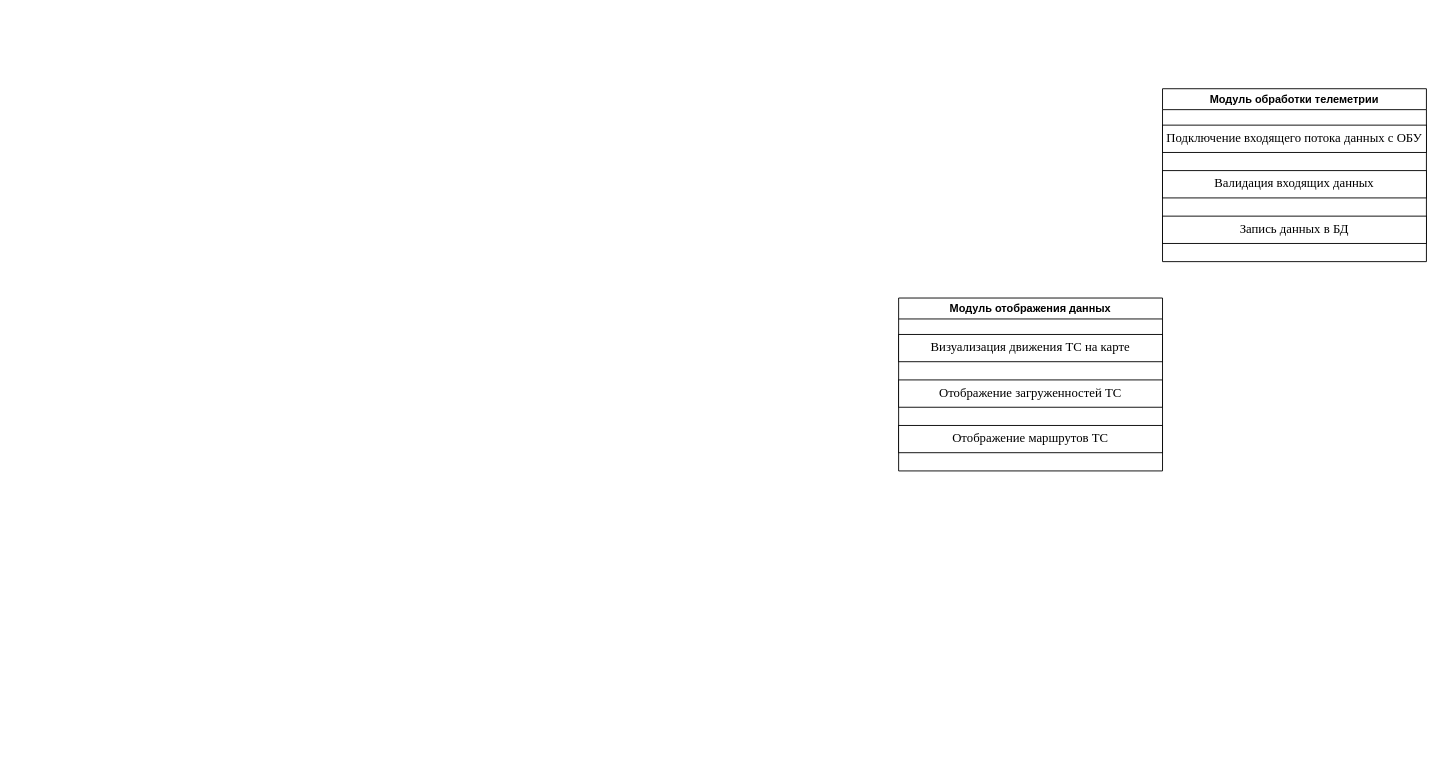
The draw.io diagram ПИС1.drawio in Andeco1/DrawIo, before the edit. Source tidied: cells renumbered, new cells numbered last; positions are measured from the earlier drawing's top-left corner, leaving out a move shared by most shapes. Both pictures are drawn from the tidied source at 91%, with x=0, y=0 at pixel (898, 88).
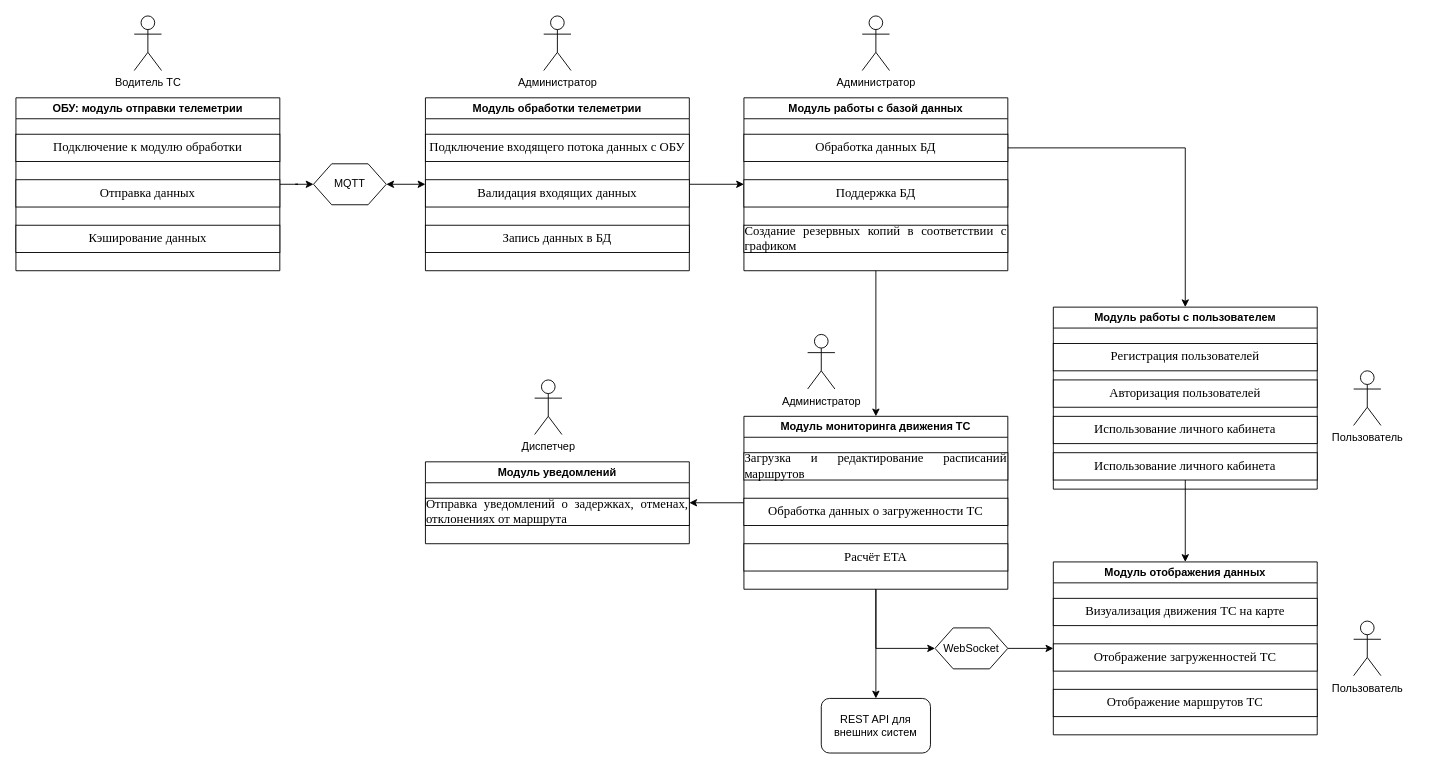
The same diagram, later.

What changed in the source:
```diff
@@
     <mxCell id="2" value="Модуль отображения данных" style="swimlane;whiteSpace=wrap;html=1;" parent="1" vertex="1">
-      <mxGeometry y="230" width="290" height="190" as="geometry" />
+      <mxGeometry x="170" y="520" width="290" height="190" as="geometry" />
     </mxCell>
@@
+    <mxCell id="10" style="edgeStyle=orthogonalEdgeStyle;rounded=0;jettySize=auto;html=1;entryX=0;entryY=0.5;entryDx=0;entryDy=0;" parent="1" edge="1" source="6" target="19">
+      <mxGeometry relative="1" as="geometry" />
+    </mxCell>
+    <mxCell id="11" style="edgeStyle=orthogonalEdgeStyle;rounded=0;jettySize=auto;html=1;entryX=1;entryY=0.5;entryDx=0;entryDy=0;startArrow=classic;startFill=1;" parent="1" edge="1" source="6" target="37">
+      <mxGeometry relative="1" as="geometry" />
+    </mxCell>
     <mxCell id="6" value="Модуль обработки телеметрии" style="swimlane;whiteSpace=wrap;html=1;" parent="1" vertex="1">
-      <mxGeometry x="290" width="290" height="190" as="geometry" />
+      <mxGeometry x="-520" y="10" width="290" height="190" as="geometry" />
     </mxCell>
@@
+    <mxCell id="12" style="edgeStyle=orthogonalEdgeStyle;rounded=0;jettySize=auto;html=1;entryX=1;entryY=0.5;entryDx=0;entryDy=0;" parent="1" edge="1" source="15" target="23">
+      <mxGeometry relative="1" as="geometry" />
+    </mxCell>
+    <mxCell id="13" style="edgeStyle=orthogonalEdgeStyle;rounded=0;jettySize=auto;html=1;entryX=0.5;entryY=0;entryDx=0;entryDy=0;" parent="1" edge="1" source="15" target="25">
+      <mxGeometry relative="1" as="geometry" />
+    </mxCell>
+    <mxCell id="14" style="edgeStyle=orthogonalEdgeStyle;rounded=0;jettySize=auto;html=1;exitX=0.5;exitY=1;exitDx=0;exitDy=0;entryX=0;entryY=0.5;entryDx=0;entryDy=0;" parent="1" edge="1" source="15" target="48">
+      <mxGeometry relative="1" as="geometry" />
+    </mxCell>
+    <mxCell id="15" value="Модуль мониторинга движения ТС" style="swimlane;whiteSpace=wrap;html=1;" parent="1" vertex="1">
+      <mxGeometry x="-170" y="360" width="290" height="190" as="geometry" />
+    </mxCell>
+    <mxCell id="16" value="&lt;p class=&quot;MsoNormal&quot; style=&quot;margin: 0pt 0pt 0.0001pt; text-align: justify; font-family: &amp;quot;Times New Roman&amp;quot;; font-size: 10.5pt;&quot;&gt;Загрузка и редактирование расписаний маршрутов&lt;/p&gt;" style="rounded=0;whiteSpace=wrap;html=1;" parent="15" vertex="1">
+      <mxGeometry y="40" width="290" height="30" as="geometry" />
+    </mxCell>
+    <mxCell id="17" value="&lt;p class=&quot;MsoNormal&quot; style=&quot;margin: 0pt 0pt 0.0001pt; text-align: justify; font-family: &amp;quot;Times New Roman&amp;quot;; font-size: 10.5pt;&quot;&gt;&lt;span style=&quot;font-size: 10.5pt;&quot;&gt;Обработка данных о загруженности ТС&lt;/span&gt;&lt;/p&gt;" style="rounded=0;whiteSpace=wrap;html=1;" parent="15" vertex="1">
+      <mxGeometry y="90" width="290" height="30" as="geometry" />
+    </mxCell>
+    <mxCell id="18" value="&lt;p class=&quot;MsoNormal&quot; style=&quot;margin: 0pt 0pt 0.0001pt; text-align: justify; font-family: &amp;quot;Times New Roman&amp;quot;; font-size: 10.5pt;&quot;&gt;&lt;span style=&quot;font-size: 10.5pt;&quot;&gt;Расчёт E&lt;/span&gt;&lt;span style=&quot;font-size: 10.5pt;&quot;&gt;TA&lt;/span&gt;&lt;/p&gt;" style="rounded=0;whiteSpace=wrap;html=1;" parent="15" vertex="1">
+      <mxGeometry y="140" width="290" height="30" as="geometry" />
+    </mxCell>
+    <mxCell id="19" value="Модуль работы с базой данных" style="swimlane;whiteSpace=wrap;html=1;" parent="1" vertex="1">
+      <mxGeometry x="-170" y="10" width="290" height="190" as="geometry" />
+    </mxCell>
+    <mxCell id="20" value="&lt;p class=&quot;MsoNormal&quot; style=&quot;margin: 0pt 0pt 0.0001pt; text-align: justify; font-family: &amp;quot;Times New Roman&amp;quot;; font-size: 10.5pt;&quot;&gt;&lt;span style=&quot;font-size: 10.5pt;&quot;&gt;Обработка данных БД&lt;/span&gt;&lt;/p&gt;" style="rounded=0;whiteSpace=wrap;html=1;" parent="19" vertex="1">
+      <mxGeometry y="40" width="290" height="30" as="geometry" />
+    </mxCell>
+    <mxCell id="21" value="&lt;p class=&quot;MsoNormal&quot; style=&quot;margin: 0pt 0pt 0.0001pt; text-align: justify; font-family: &amp;quot;Times New Roman&amp;quot;; font-size: 10.5pt;&quot;&gt;&lt;span style=&quot;font-size: 10.5pt;&quot;&gt;Поддержка БД&lt;/span&gt;&lt;/p&gt;" style="rounded=0;whiteSpace=wrap;html=1;" parent="19" vertex="1">
+      <mxGeometry y="90" width="290" height="30" as="geometry" />
+    </mxCell>
+    <mxCell id="22" value="&lt;p class=&quot;MsoNormal&quot; style=&quot;margin: 0pt 0pt 0.0001pt; text-align: justify; font-family: &amp;quot;Times New Roman&amp;quot;; font-size: 10.5pt;&quot;&gt;&lt;span style=&quot;font-size: 10.5pt;&quot;&gt;Создание резервных копий в соответствии с графиком&lt;/span&gt;&lt;/p&gt;" style="rounded=0;whiteSpace=wrap;html=1;" parent="19" vertex="1">
+      <mxGeometry y="140" width="290" height="30" as="geometry" />
+    </mxCell>
+    <mxCell id="23" value="Модуль уведомлений" style="swimlane;whiteSpace=wrap;html=1;" parent="1" vertex="1">
+      <mxGeometry x="-520" y="410" width="290" height="90" as="geometry" />
+    </mxCell>
+    <mxCell id="24" value="&lt;p class=&quot;MsoNormal&quot; style=&quot;margin: 0pt 0pt 0.0001pt; text-align: justify; font-family: &amp;quot;Times New Roman&amp;quot;; font-size: 10.5pt;&quot;&gt;&lt;span style=&quot;font-size: 10.5pt;&quot;&gt;Отправка уведомлений о задержках, отменах, отклонениях от маршрута&lt;/span&gt;&lt;/p&gt;" style="rounded=0;whiteSpace=wrap;html=1;" parent="23" vertex="1">
+      <mxGeometry y="40" width="290" height="30" as="geometry" />
+    </mxCell>
+    <mxCell id="25" value="REST API для внешних систем" style="rounded=1;whiteSpace=wrap;html=1;" parent="1" vertex="1">
+      <mxGeometry x="-85" y="670" width="120" height="60" as="geometry" />
+    </mxCell>
+    <mxCell id="26" value="Диспетчер" style="shape=umlActor;verticalLabelPosition=bottom;verticalAlign=top;html=1;" parent="1" vertex="1">
+      <mxGeometry x="-400" y="320" width="30" height="60" as="geometry" />
+    </mxCell>
+    <mxCell id="27" value="Администратор" style="shape=umlActor;verticalLabelPosition=bottom;verticalAlign=top;html=1;" parent="1" vertex="1">
+      <mxGeometry x="-100" y="270" width="30" height="60" as="geometry" />
+    </mxCell>
+    <mxCell id="28" value="Пользователь" style="shape=umlActor;verticalLabelPosition=bottom;verticalAlign=top;html=1;" parent="1" vertex="1">
+      <mxGeometry x="500" y="310" width="30" height="60" as="geometry" />
+    </mxCell>
+    <mxCell id="29" value="Модуль работы с пользователем" style="swimlane;whiteSpace=wrap;html=1;" parent="1" vertex="1">
+      <mxGeometry x="170" y="240" width="290" height="200" as="geometry" />
+    </mxCell>
+    <mxCell id="30" value="&lt;p class=&quot;MsoNormal&quot; style=&quot;margin: 0pt 0pt 0.0001pt; text-align: justify; font-family: &amp;quot;Times New Roman&amp;quot;; font-size: 10.5pt;&quot;&gt;&lt;span style=&quot;font-size: 10.5pt;&quot;&gt;Регистрация пользователей&lt;/span&gt;&lt;/p&gt;" style="rounded=0;whiteSpace=wrap;html=1;" parent="29" vertex="1">
+      <mxGeometry y="40" width="290" height="30" as="geometry" />
+    </mxCell>
+    <mxCell id="31" value="&lt;p class=&quot;MsoNormal&quot; style=&quot;margin: 0pt 0pt 0.0001pt; text-align: justify; font-family: &amp;quot;Times New Roman&amp;quot;; font-size: 10.5pt;&quot;&gt;&lt;span style=&quot;font-size: 10.5pt;&quot;&gt;Авторизация пользователей&lt;/span&gt;&lt;/p&gt;" style="rounded=0;whiteSpace=wrap;html=1;" parent="29" vertex="1">
+      <mxGeometry y="80" width="290" height="30" as="geometry" />
+    </mxCell>
+    <mxCell id="32" value="&lt;p class=&quot;MsoNormal&quot; style=&quot;margin: 0pt 0pt 0.0001pt; text-align: justify; font-family: &amp;quot;Times New Roman&amp;quot;; font-size: 10.5pt;&quot;&gt;&lt;span style=&quot;font-size: 10.5pt;&quot;&gt;Использование личного кабинета&lt;/span&gt;&lt;/p&gt;" style="rounded=0;whiteSpace=wrap;html=1;" parent="29" vertex="1">
+      <mxGeometry y="120" width="290" height="30" as="geometry" />
+    </mxCell>
+    <mxCell id="33" value="&lt;p class=&quot;MsoNormal&quot; style=&quot;margin: 0pt 0pt 0.0001pt; text-align: justify; font-family: &amp;quot;Times New Roman&amp;quot;; font-size: 10.5pt;&quot;&gt;&lt;span style=&quot;font-size: 10.5pt;&quot;&gt;Использование личного кабинета&lt;/span&gt;&lt;/p&gt;" style="rounded=0;whiteSpace=wrap;html=1;" parent="29" vertex="1">
+      <mxGeometry y="160" width="290" height="30" as="geometry" />
+    </mxCell>
+    <mxCell id="34" style="edgeStyle=orthogonalEdgeStyle;rounded=0;jettySize=auto;html=1;entryX=0.5;entryY=0;entryDx=0;entryDy=0;" parent="1" edge="1" source="20" target="29">
+      <mxGeometry relative="1" as="geometry" />
+    </mxCell>
+    <mxCell id="35" style="edgeStyle=orthogonalEdgeStyle;rounded=0;jettySize=auto;html=1;entryX=0.5;entryY=0;entryDx=0;entryDy=0;" parent="1" edge="1" source="19" target="15">
+      <mxGeometry relative="1" as="geometry" />
+    </mxCell>
+    <mxCell id="36" style="edgeStyle=orthogonalEdgeStyle;rounded=0;jettySize=auto;html=1;entryX=0.5;entryY=0;entryDx=0;entryDy=0;" parent="1" edge="1" source="33" target="2">
+      <mxGeometry relative="1" as="geometry" />
+    </mxCell>
+    <mxCell id="37" value="MQTT" style="shape=hexagon;perimeter=hexagonPerimeter2;whiteSpace=wrap;html=1;fixedSize=1;" parent="1" vertex="1">
+      <mxGeometry x="-643" y="82.5" width="80" height="45" as="geometry" />
+    </mxCell>
+    <mxCell id="38" style="edgeStyle=orthogonalEdgeStyle;rounded=0;jettySize=auto;html=1;entryX=0;entryY=0.5;entryDx=0;entryDy=0;" parent="1" edge="1" source="39" target="37">
+      <mxGeometry relative="1" as="geometry" />
+    </mxCell>
+    <mxCell id="39" value="ОБУ: модуль отправки телеметрии" style="swimlane;whiteSpace=wrap;html=1;" parent="1" vertex="1">
+      <mxGeometry x="-970" y="10" width="290" height="190" as="geometry" />
+    </mxCell>
+    <mxCell id="40" value="&lt;p class=&quot;MsoNormal&quot; style=&quot;margin: 0pt 0pt 0.0001pt; text-align: justify; font-family: &amp;quot;Times New Roman&amp;quot;; font-size: 10.5pt;&quot;&gt;&lt;span style=&quot;font-size: 10.5pt;&quot;&gt;Подключение к модулю обработки&lt;/span&gt;&lt;/p&gt;" style="rounded=0;whiteSpace=wrap;html=1;" parent="39" vertex="1">
+      <mxGeometry y="40" width="290" height="30" as="geometry" />
+    </mxCell>
+    <mxCell id="41" value="&lt;p class=&quot;MsoNormal&quot; style=&quot;margin: 0pt 0pt 0.0001pt; text-align: justify; font-family: &amp;quot;Times New Roman&amp;quot;; font-size: 10.5pt;&quot;&gt;&lt;span style=&quot;font-size: 10.5pt;&quot;&gt;Отправка данных&lt;/span&gt;&lt;/p&gt;" style="rounded=0;whiteSpace=wrap;html=1;" parent="39" vertex="1">
+      <mxGeometry y="90" width="290" height="30" as="geometry" />
+    </mxCell>
+    <mxCell id="42" value="&lt;p class=&quot;MsoNormal&quot; style=&quot;margin: 0pt 0pt 0.0001pt; text-align: justify; font-family: &amp;quot;Times New Roman&amp;quot;; font-size: 10.5pt;&quot;&gt;&lt;span style=&quot;font-size: 10.5pt;&quot;&gt;Кэширование данных&lt;/span&gt;&lt;/p&gt;" style="rounded=0;whiteSpace=wrap;html=1;" parent="39" vertex="1">
+      <mxGeometry y="140" width="290" height="30" as="geometry" />
+    </mxCell>
+    <mxCell id="43" value="Пользователь" style="shape=umlActor;verticalLabelPosition=bottom;verticalAlign=top;html=1;" parent="1" vertex="1">
+      <mxGeometry x="500" y="585" width="30" height="60" as="geometry" />
+    </mxCell>
+    <mxCell id="44" value="Администратор" style="shape=umlActor;verticalLabelPosition=bottom;verticalAlign=top;html=1;" parent="1" vertex="1">
+      <mxGeometry x="-40" y="-80" width="30" height="60" as="geometry" />
+    </mxCell>
+    <mxCell id="45" value="Администратор" style="shape=umlActor;verticalLabelPosition=bottom;verticalAlign=top;html=1;" parent="1" vertex="1">
+      <mxGeometry x="-390" y="-80" width="30" height="60" as="geometry" />
+    </mxCell>
+    <mxCell id="46" value="Водитель ТС" style="shape=umlActor;verticalLabelPosition=bottom;verticalAlign=top;html=1;" parent="1" vertex="1">
+      <mxGeometry x="-840" y="-80" width="30" height="60" as="geometry" />
+    </mxCell>
+    <mxCell id="47" style="edgeStyle=orthogonalEdgeStyle;rounded=0;jettySize=auto;html=1;exitX=1;exitY=0.5;exitDx=0;exitDy=0;entryX=0;entryY=0.5;entryDx=0;entryDy=0;" parent="1" edge="1" source="48" target="2">
+      <mxGeometry relative="1" as="geometry" />
+    </mxCell>
+    <mxCell id="48" value="WebSocket" style="shape=hexagon;perimeter=hexagonPerimeter2;whiteSpace=wrap;html=1;fixedSize=1;" parent="1" vertex="1">
+      <mxGeometry x="40" y="592.5" width="80" height="45" as="geometry" />
+    </mxCell>
```
